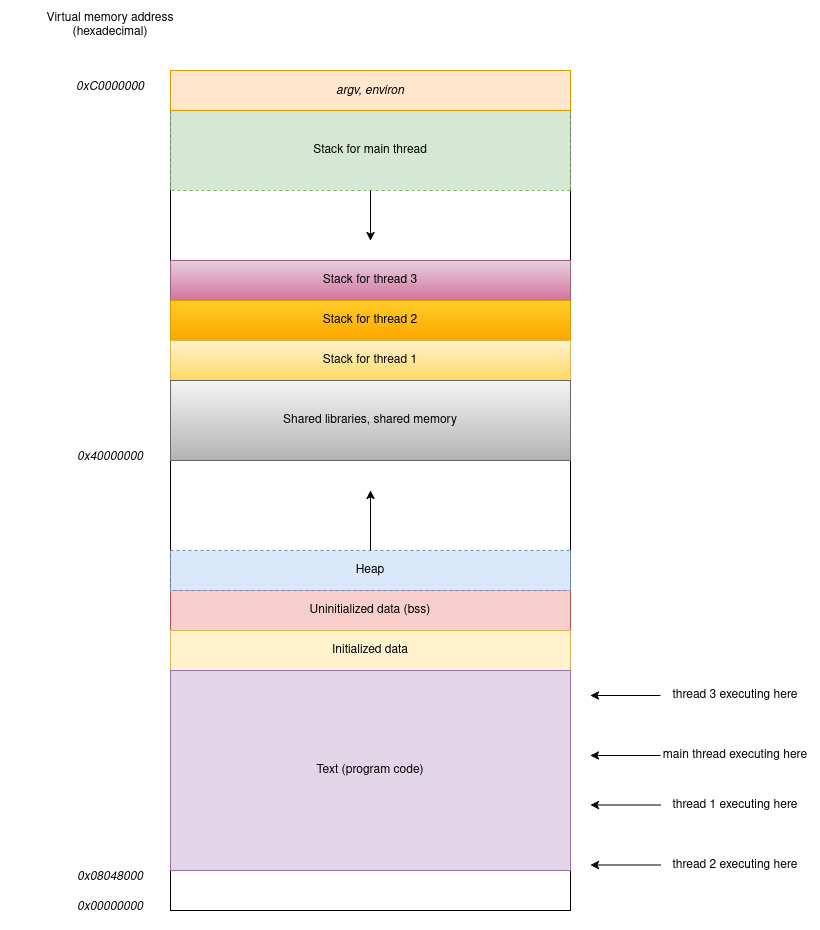
Above: docs/assets/threads_overview.drawio.png in da0p/GithubPage (draw.io), before the change. Source tidied: cells renumbered, new cells last; positions are measured from the earlier drawing's top-left corner, leaving out a move shared by most shapes. The source it was exported from:
```xml
<mxGraphModel>
  <root>
    <mxCell id="0" />
    <mxCell id="1" parent="0" />
    <mxCell id="2" style="rounded=0;whiteSpace=wrap;html=1;" parent="1" vertex="1">
      <mxGeometry x="160" y="60" width="400" height="840" as="geometry" />
    </mxCell>
    <mxCell id="3" value="Stack for main thread" style="rounded=0;whiteSpace=wrap;html=1;dashed=1;fillColor=#d5e8d4;strokeColor=#82b366;" parent="1" vertex="1">
      <mxGeometry x="160" y="100" width="400" height="80" as="geometry" />
    </mxCell>
    <mxCell id="4" value="&lt;i&gt;argv, environ&lt;/i&gt;" style="rounded=0;whiteSpace=wrap;html=1;fillColor=#ffe6cc;strokeColor=#d79b00;" parent="1" vertex="1">
      <mxGeometry x="160" y="60" width="400" height="40" as="geometry" />
    </mxCell>
    <mxCell id="5" value="Virtual memory address (hexadecimal)" style="text;html=1;align=center;verticalAlign=middle;whiteSpace=wrap;rounded=0;" parent="1" vertex="1">
      <mxGeometry width="200" height="30" as="geometry" />
    </mxCell>
    <mxCell id="6" value="0xC0000000" style="text;html=1;align=center;verticalAlign=middle;whiteSpace=wrap;rounded=0;fontStyle=2;" parent="1" vertex="1">
      <mxGeometry x="50" y="60" width="100" height="30" as="geometry" />
    </mxCell>
    <mxCell id="7" value="Stack for thread 3" style="rounded=0;whiteSpace=wrap;html=1;fillColor=#e6d0de;gradientColor=#d5739d;strokeColor=#996185;" parent="1" vertex="1">
      <mxGeometry x="160" y="250" width="400" height="40" as="geometry" />
    </mxCell>
    <mxCell id="8" value="Stack for thread 2" style="rounded=0;whiteSpace=wrap;html=1;fillColor=#ffcd28;gradientColor=#ffa500;strokeColor=#d79b00;" parent="1" vertex="1">
      <mxGeometry x="160" y="290" width="400" height="40" as="geometry" />
    </mxCell>
    <mxCell id="9" value="Stack for thread 1" style="rounded=0;whiteSpace=wrap;html=1;fillColor=#fff2cc;gradientColor=#ffd966;strokeColor=#d6b656;" parent="1" vertex="1">
      <mxGeometry x="160" y="330" width="400" height="40" as="geometry" />
    </mxCell>
    <mxCell id="10" value="Shared libraries, shared memory" style="rounded=0;whiteSpace=wrap;html=1;fillColor=#f5f5f5;gradientColor=#b3b3b3;strokeColor=#666666;" parent="1" vertex="1">
      <mxGeometry x="160" y="370" width="400" height="80" as="geometry" />
    </mxCell>
    <mxCell id="11" value="Uninitialized data (bss)" style="rounded=0;whiteSpace=wrap;html=1;fillColor=#f8cecc;strokeColor=#b85450;" parent="1" vertex="1">
      <mxGeometry x="160" y="580" width="400" height="40" as="geometry" />
    </mxCell>
    <mxCell id="12" value="Initialized data" style="rounded=0;whiteSpace=wrap;html=1;fillColor=#fff2cc;strokeColor=#d6b656;" parent="1" vertex="1">
      <mxGeometry x="160" y="620" width="400" height="40" as="geometry" />
    </mxCell>
    <mxCell id="13" value="Text (program code)" style="rounded=0;whiteSpace=wrap;html=1;fillColor=#e1d5e7;strokeColor=#9673a6;" parent="1" vertex="1">
      <mxGeometry x="160" y="660" width="400" height="200" as="geometry" />
    </mxCell>
    <mxCell id="14" value="Heap" style="rounded=0;whiteSpace=wrap;html=1;dashed=1;fillColor=#dae8fc;strokeColor=#6c8ebf;" parent="1" vertex="1">
      <mxGeometry x="160" y="540" width="400" height="40" as="geometry" />
    </mxCell>
    <mxCell id="15" value="0x40000000" style="text;html=1;align=center;verticalAlign=middle;whiteSpace=wrap;rounded=0;fontStyle=2;" parent="1" vertex="1">
      <mxGeometry x="50" y="430" width="100" height="30" as="geometry" />
    </mxCell>
    <mxCell id="16" style="endArrow=classic;html=1;rounded=0;exitX=0.5;exitY=1;exitDx=0;exitDy=0;" parent="1" edge="1" source="3">
      <mxGeometry relative="1" as="geometry">
        <mxPoint x="360" y="230" as="targetPoint" />
      </mxGeometry>
    </mxCell>
    <mxCell id="17" style="endArrow=classic;html=1;rounded=0;exitX=0.5;exitY=0;exitDx=0;exitDy=0;entryX=0.5;entryY=0.5;entryDx=0;entryDy=0;entryPerimeter=0;" parent="1" edge="1" source="14" target="2">
      <mxGeometry relative="1" as="geometry" />
    </mxCell>
    <mxCell id="18" value="0x08048000" style="text;html=1;align=center;verticalAlign=middle;whiteSpace=wrap;rounded=0;fontStyle=2;" parent="1" vertex="1">
      <mxGeometry x="50" y="850" width="100" height="30" as="geometry" />
    </mxCell>
    <mxCell id="19" value="0x00000000" style="text;html=1;align=center;verticalAlign=middle;whiteSpace=wrap;rounded=0;fontStyle=2;" parent="1" vertex="1">
      <mxGeometry x="50" y="880" width="100" height="30" as="geometry" />
    </mxCell>
    <mxCell id="20" value="thread 3 executing here" style="text;html=1;align=center;verticalAlign=middle;whiteSpace=wrap;rounded=0;" parent="1" vertex="1">
      <mxGeometry x="650" y="670" width="150" height="30" as="geometry" />
    </mxCell>
    <mxCell id="21" style="endArrow=classic;html=1;rounded=0;exitX=0;exitY=0.5;exitDx=0;exitDy=0;" parent="1" edge="1" source="20">
      <mxGeometry relative="1" as="geometry">
        <mxPoint x="580" y="685" as="targetPoint" />
      </mxGeometry>
    </mxCell>
    <mxCell id="22" value="main thread executing here" style="text;html=1;align=center;verticalAlign=middle;whiteSpace=wrap;rounded=0;" parent="1" vertex="1">
      <mxGeometry x="650" y="730" width="150" height="30" as="geometry" />
    </mxCell>
    <mxCell id="23" style="endArrow=classic;html=1;rounded=0;exitX=0;exitY=0.5;exitDx=0;exitDy=0;" parent="1" edge="1">
      <mxGeometry relative="1" as="geometry">
        <mxPoint x="650" y="745" as="sourcePoint" />
        <mxPoint x="580" y="745" as="targetPoint" />
      </mxGeometry>
    </mxCell>
    <mxCell id="24" value="thread 1 executing here" style="text;html=1;align=center;verticalAlign=middle;whiteSpace=wrap;rounded=0;" parent="1" vertex="1">
      <mxGeometry x="650" y="780" width="150" height="30" as="geometry" />
    </mxCell>
    <mxCell id="25" style="endArrow=classic;html=1;rounded=0;exitX=0;exitY=0.5;exitDx=0;exitDy=0;" parent="1" edge="1">
      <mxGeometry relative="1" as="geometry">
        <mxPoint x="650" y="794.5" as="sourcePoint" />
        <mxPoint x="580" y="794.5" as="targetPoint" />
      </mxGeometry>
    </mxCell>
    <mxCell id="26" value="thread 2 executing here" style="text;html=1;align=center;verticalAlign=middle;whiteSpace=wrap;rounded=0;" parent="1" vertex="1">
      <mxGeometry x="650" y="840" width="150" height="30" as="geometry" />
    </mxCell>
    <mxCell id="27" style="endArrow=classic;html=1;rounded=0;exitX=0;exitY=0.5;exitDx=0;exitDy=0;" parent="1" edge="1">
      <mxGeometry relative="1" as="geometry">
        <mxPoint x="650" y="854.5" as="sourcePoint" />
        <mxPoint x="580" y="854.5" as="targetPoint" />
      </mxGeometry>
    </mxCell>
  </root>
</mxGraphModel>
```
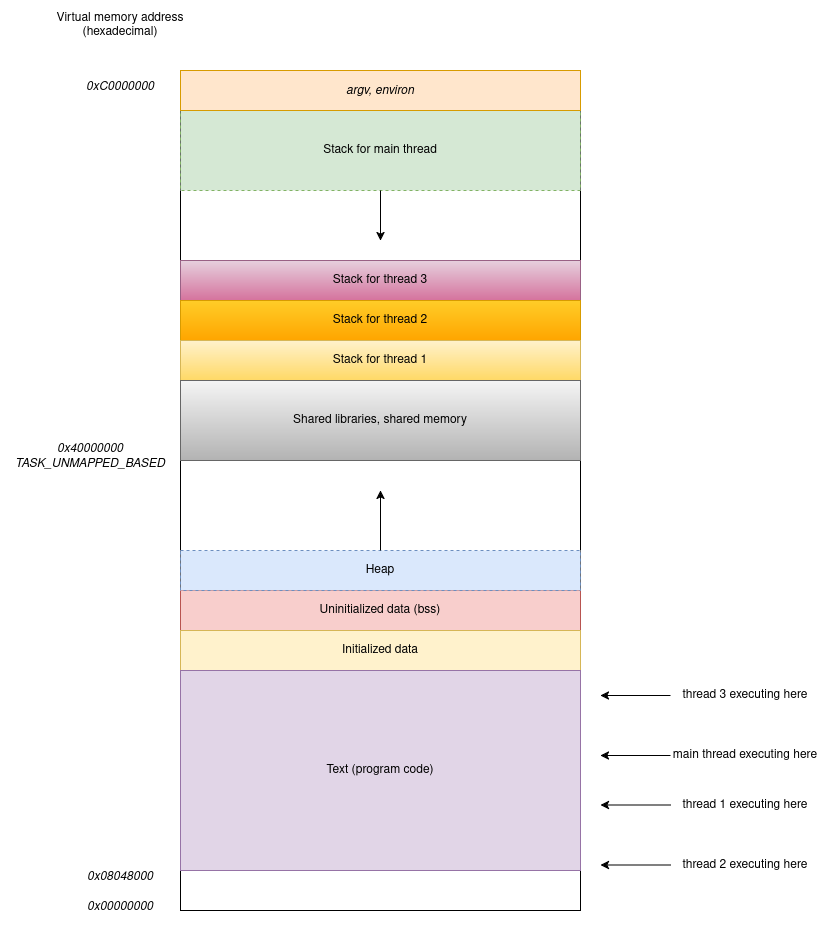
After the change.

Change to the diagram source:
```diff
@@ -41,8 +41,8 @@
     <mxCell id="14" value="Heap" style="rounded=0;whiteSpace=wrap;html=1;dashed=1;fillColor=#dae8fc;strokeColor=#6c8ebf;" parent="1" vertex="1">
       <mxGeometry x="160" y="540" width="400" height="40" as="geometry" />
     </mxCell>
-    <mxCell id="15" value="0x40000000" style="text;html=1;align=center;verticalAlign=middle;whiteSpace=wrap;rounded=0;fontStyle=2;" parent="1" vertex="1">
-      <mxGeometry x="50" y="430" width="100" height="30" as="geometry" />
+    <mxCell id="15" value="0x40000000&lt;br&gt;TASK_UNMAPPED_BASED" style="text;html=1;align=center;verticalAlign=middle;whiteSpace=wrap;rounded=0;fontStyle=2;" parent="1" vertex="1">
+      <mxGeometry x="-10" y="430" width="160" height="30" as="geometry" />
     </mxCell>
     <mxCell id="16" style="endArrow=classic;html=1;rounded=0;exitX=0.5;exitY=1;exitDx=0;exitDy=0;" parent="1" edge="1" source="3">
       <mxGeometry relative="1" as="geometry">
```
